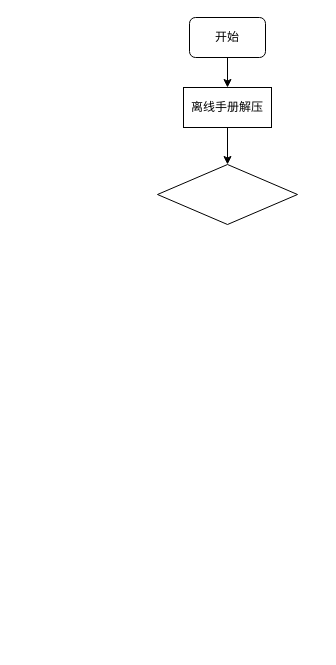
DemonHan/KuickBuy keeps this draw.io diagram as 单机离线版数据导入.drawio. Above is the earlier version. Source tidied: cells renumbered, new cells numbered last; positions are measured from the earlier drawing's top-left corner, leaving out a move shared by most shapes. Both pictures are drawn from the tidied source at 100%, with x=0, y=0 at pixel (157, 17).
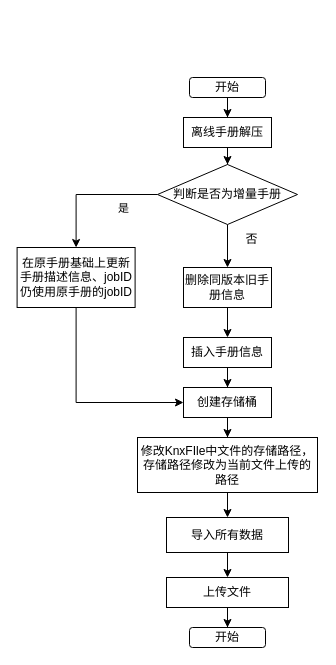
The same page after the edit.

Commit message (it also covers changes not shown here):
更新单机离线版数据导入.drawio

Diff of the diagram source:
```diff
@@
     <mxCell id="3" value="开始" style="rounded=1;whiteSpace=wrap;html=1;" parent="1" vertex="1">
-      <mxGeometry x="32" width="76" height="40" as="geometry" />
+      <mxGeometry x="32" y="60" width="76" height="20" as="geometry" />
     </mxCell>
@@
     <mxCell id="5" value="离线手册解压" style="rounded=0;whiteSpace=wrap;html=1;" parent="1" vertex="1">
-      <mxGeometry x="26" y="70" width="88" height="40" as="geometry" />
+      <mxGeometry x="26" y="100" width="88" height="30" as="geometry" />
     </mxCell>
+    <mxCell id="7" style="edgeStyle=orthogonalEdgeStyle;rounded=0;jettySize=auto;html=1;entryX=0.5;entryY=0;entryDx=0;entryDy=0;exitX=0;exitY=0.5;exitDx=0;exitDy=0;" parent="1" edge="1" source="6" target="11">
+      <mxGeometry relative="1" as="geometry" />
+    </mxCell>
+    <mxCell id="8" value="是" style="edgeLabel;html=1;align=center;verticalAlign=middle;" parent="7" vertex="1">
+      <mxGeometry x="-0.26" y="1" relative="1" as="geometry">
+        <mxPoint x="15" y="12" as="offset" />
+      </mxGeometry>
+    </mxCell>
+    <mxCell id="9" style="edgeStyle=orthogonalEdgeStyle;rounded=0;jettySize=auto;html=1;entryX=0.5;entryY=0;entryDx=0;entryDy=0;" parent="1" edge="1" source="6" target="13">
+      <mxGeometry relative="1" as="geometry" />
+    </mxCell>
-    <mxCell id="6" style="rhombus;whiteSpace=wrap;html=1;" parent="1" vertex="1">
+    <mxCell id="6" value="判断是否为增量手册" style="rhombus;whiteSpace=wrap;html=1;" parent="1" vertex="1">
       <mxGeometry y="147" width="140" height="60" as="geometry" />
     </mxCell>
+    <mxCell id="10" style="edgeStyle=orthogonalEdgeStyle;rounded=0;jettySize=auto;html=1;entryX=0;entryY=0.5;entryDx=0;entryDy=0;exitX=0.5;exitY=1;exitDx=0;exitDy=0;" parent="1" edge="1" source="11" target="17">
+      <mxGeometry relative="1" as="geometry" />
+    </mxCell>
+    <mxCell id="11" value="在原手册基础上更新手册描述信息、jobID仍使用原手册的jobID" style="rounded=0;whiteSpace=wrap;html=1;" parent="1" vertex="1">
+      <mxGeometry x="-140.4" y="230" width="118" height="60" as="geometry" />
+    </mxCell>
+    <mxCell id="12" style="edgeStyle=orthogonalEdgeStyle;rounded=0;jettySize=auto;html=1;entryX=0.5;entryY=0;entryDx=0;entryDy=0;" parent="1" edge="1" source="13" target="15">
+      <mxGeometry relative="1" as="geometry" />
+    </mxCell>
+    <mxCell id="13" value="删除同版本旧手册信息" style="rounded=0;whiteSpace=wrap;html=1;" parent="1" vertex="1">
+      <mxGeometry x="26" y="250" width="88" height="40" as="geometry" />
+    </mxCell>
+    <mxCell id="14" style="edgeStyle=orthogonalEdgeStyle;rounded=0;jettySize=auto;html=1;entryX=0.5;entryY=0;entryDx=0;entryDy=0;" parent="1" edge="1" source="15" target="17">
+      <mxGeometry relative="1" as="geometry" />
+    </mxCell>
+    <mxCell id="15" value="插入手册信息" style="rounded=0;whiteSpace=wrap;html=1;" parent="1" vertex="1">
+      <mxGeometry x="26" y="320" width="88" height="30" as="geometry" />
+    </mxCell>
+    <mxCell id="16" style="edgeStyle=orthogonalEdgeStyle;rounded=0;jettySize=auto;html=1;" parent="1" edge="1" source="17" target="20">
+      <mxGeometry relative="1" as="geometry" />
+    </mxCell>
+    <mxCell id="17" value="创建存储桶" style="rounded=0;whiteSpace=wrap;html=1;" parent="1" vertex="1">
+      <mxGeometry x="26" y="370" width="88" height="30" as="geometry" />
+    </mxCell>
+    <mxCell id="18" value="否" style="text;html=1;align=center;verticalAlign=middle;strokeColor=none;fillColor=none;" parent="1" vertex="1">
+      <mxGeometry x="74" y="207" width="40" height="30" as="geometry" />
+    </mxCell>
+    <mxCell id="19" style="edgeStyle=orthogonalEdgeStyle;rounded=0;jettySize=auto;html=1;entryX=0.5;entryY=0;entryDx=0;entryDy=0;" parent="1" edge="1" source="20" target="22">
+      <mxGeometry relative="1" as="geometry" />
+    </mxCell>
+    <mxCell id="20" value="修改KnxFIle中文件的存储路径，存储路径修改为当前文件上传的路径" style="rounded=0;whiteSpace=wrap;html=1;" parent="1" vertex="1">
+      <mxGeometry x="-20" y="420" width="180" height="55" as="geometry" />
+    </mxCell>
+    <mxCell id="21" style="edgeStyle=orthogonalEdgeStyle;rounded=0;jettySize=auto;html=1;" parent="1" edge="1" source="22" target="24">
+      <mxGeometry relative="1" as="geometry" />
+    </mxCell>
+    <mxCell id="22" value="导入所有数据" style="rounded=0;whiteSpace=wrap;html=1;" parent="1" vertex="1">
+      <mxGeometry x="9" y="500" width="122" height="35" as="geometry" />
+    </mxCell>
+    <mxCell id="23" style="edgeStyle=orthogonalEdgeStyle;rounded=0;jettySize=auto;html=1;" parent="1" edge="1" source="24" target="25">
+      <mxGeometry relative="1" as="geometry" />
+    </mxCell>
+    <mxCell id="24" value="上传文件" style="rounded=0;whiteSpace=wrap;html=1;" parent="1" vertex="1">
+      <mxGeometry x="9" y="560" width="122" height="30" as="geometry" />
+    </mxCell>
+    <mxCell id="25" value="开始" style="rounded=1;whiteSpace=wrap;html=1;" parent="1" vertex="1">
+      <mxGeometry x="32" y="610" width="76" height="20" as="geometry" />
+    </mxCell>
```
